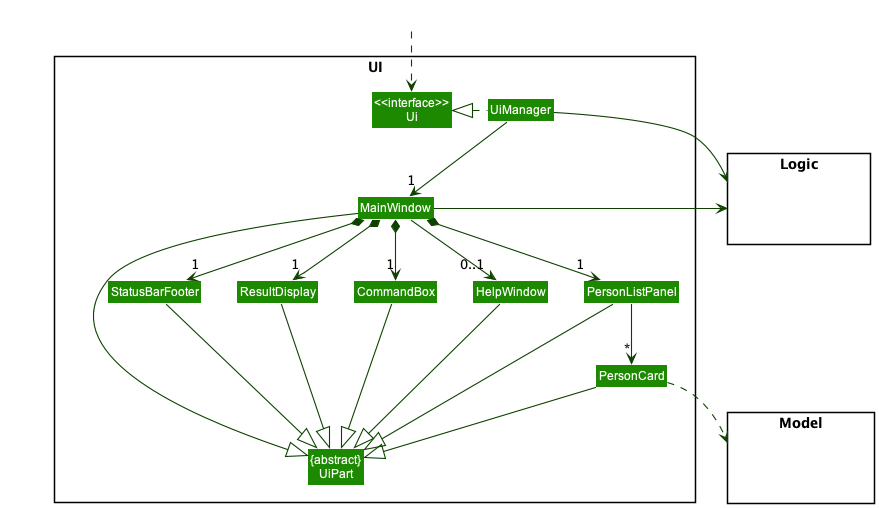
Above: docs/images/UiClassDiagram.png in nus-cs2103-AY2223S1/tp (PlantUML), before the change.
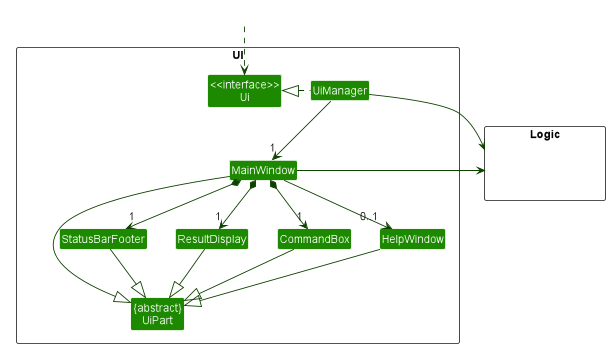
The same file after the commit.

Commit message:
docsL update puml diagrams

Change to the diagram source:
```diff
@@ -11,15 +11,10 @@
 Class MainWindow
 Class HelpWindow
 Class ResultDisplay
-Class PersonListPanel
-Class PersonCard
 Class StatusBarFooter
 Class CommandBox
 }
 
-package Model <<Rectangle>> {
-Class HiddenModel #FFFFFF
-}
 
 package Logic <<Rectangle>> {
 Class HiddenLogic #FFFFFF
@@ -32,26 +27,19 @@
 UiManager -down-> "1" MainWindow
 MainWindow *-down->  "1" CommandBox
 MainWindow *-down-> "1" ResultDisplay
-MainWindow *-down-> "1" PersonListPanel
 MainWindow *-down-> "1" StatusBarFooter
 MainWindow --> "0..1" HelpWindow
-
-PersonListPanel -down-> "*" PersonCard
 
 MainWindow -left-|> UiPart
 
 ResultDisplay --|> UiPart
 CommandBox --|> UiPart
-PersonListPanel --|> UiPart
-PersonCard --|> UiPart
 StatusBarFooter --|> UiPart
 HelpWindow --|> UiPart
 
-PersonCard ..> Model
 UiManager -right-> Logic
 MainWindow -left-> Logic
 
-PersonListPanel -[hidden]left- HelpWindow
 HelpWindow -[hidden]left- CommandBox
 CommandBox -[hidden]left- ResultDisplay
 ResultDisplay -[hidden]left- StatusBarFooter
```
